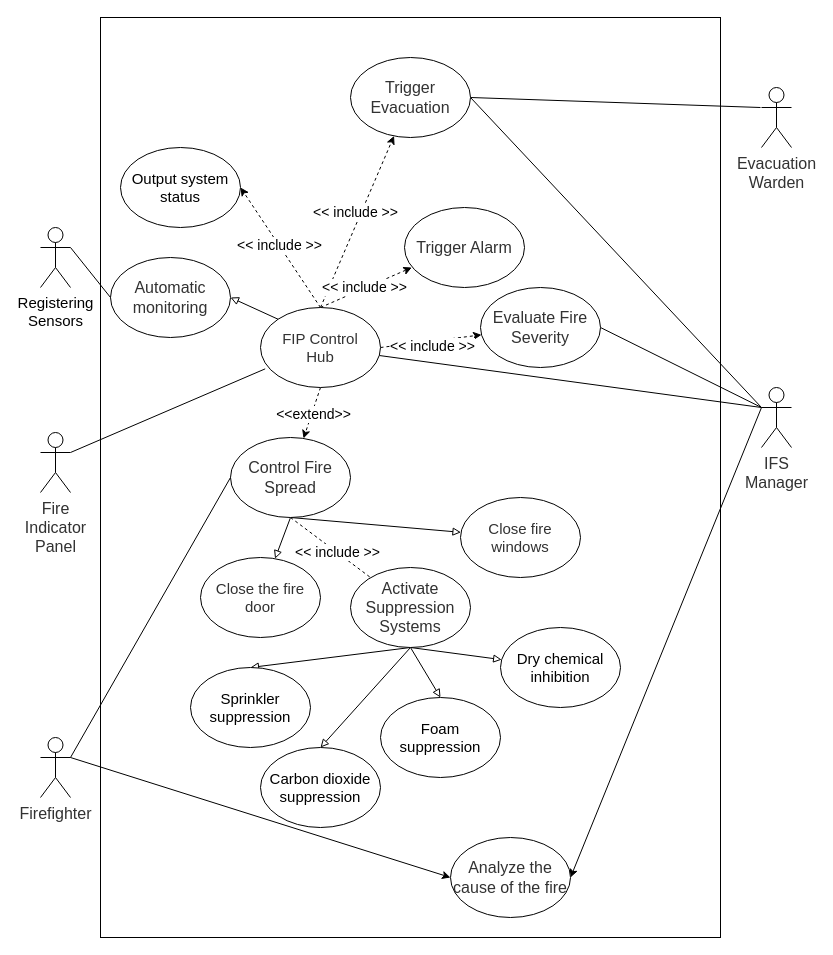
This is ass1/FIP.drawio from demosRun/INFO6030, a draw.io file, before an edit. Source tidied: cells renumbered, new cells numbered last; positions are measured from the earlier drawing's top-left corner, leaving out a move shared by most shapes. Both pictures are drawn from the tidied source at 100%, with x=0, y=0 at pixel (40, 17).
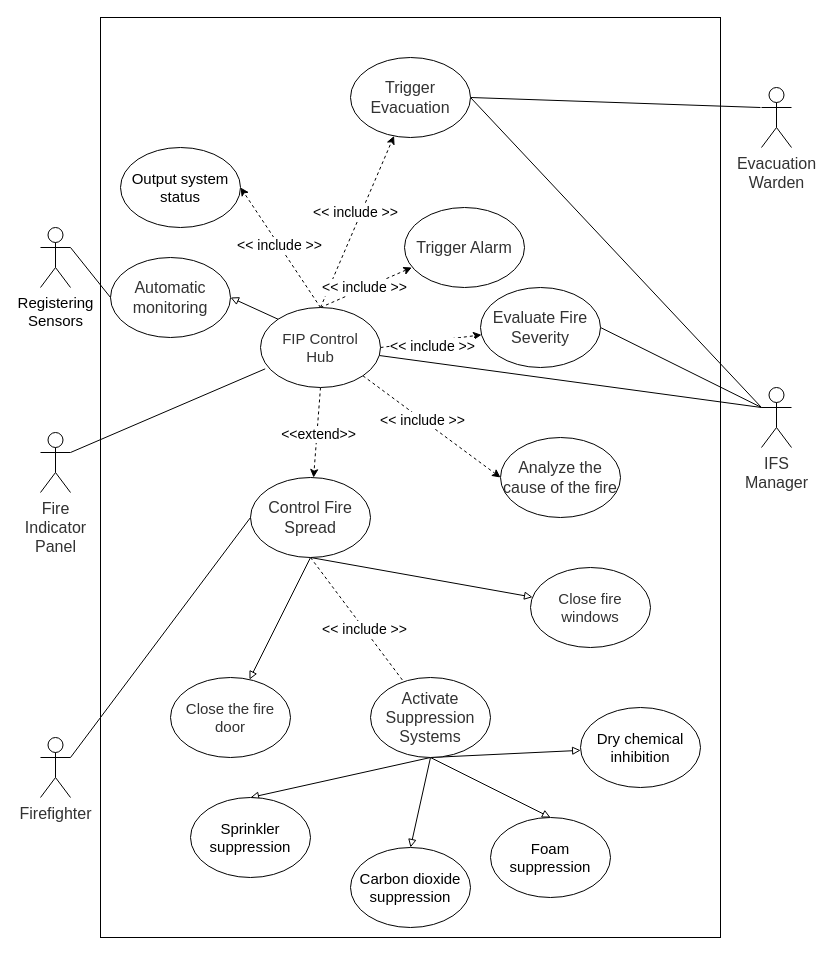
After the change.

Unchanged cells that the change refers to:
```xml
<mxCell id="6" value="&lt;span style=&quot;color: rgb(50, 50, 50); font-family: &amp;quot;Microsoft YaHei&amp;quot;, 微软雅黑, Arial; font-size: 16px; text-wrap: wrap; background-color: rgba(255, 255, 255, 0.01);&quot;&gt;Firefighter&lt;/span&gt;" style="shape=umlActor;verticalLabelPosition=bottom;verticalAlign=top;html=1;outlineConnect=0;" parent="1" vertex="1">
  <mxGeometry y="720" width="30" height="60" as="geometry" />
</mxCell>
<mxCell id="11" value="&lt;span style=&quot;color: rgb(50, 50, 50); font-family: &amp;quot;Microsoft YaHei&amp;quot;, 微软雅黑, Arial; font-size: 16px; text-wrap: wrap; background-color: rgba(255, 255, 255, 0.01);&quot;&gt;IFS Manager&lt;/span&gt;" style="shape=umlActor;verticalLabelPosition=bottom;verticalAlign=top;html=1;outlineConnect=0;" parent="1" vertex="1">
  <mxGeometry x="721" y="370" width="30" height="60" as="geometry" />
</mxCell>
<mxCell id="24" value="&lt;font face=&quot;Microsoft YaHei, 微软雅黑, Arial&quot; color=&quot;#323232&quot;&gt;&lt;span style=&quot;font-size: 15px;&quot;&gt;FIP Control&lt;/span&gt;&lt;/font&gt;&lt;div&gt;&lt;font face=&quot;Microsoft YaHei, 微软雅黑, Arial&quot; color=&quot;#323232&quot;&gt;&lt;span style=&quot;font-size: 15px;&quot;&gt;Hub&lt;/span&gt;&lt;/font&gt;&lt;br&gt;&lt;/div&gt;" style="ellipse;whiteSpace=wrap;html=1;" parent="1" vertex="1">
  <mxGeometry x="220" y="290" width="120" height="80" as="geometry" />
</mxCell>
```

What changed in the source:
```diff
@@
-    <mxCell id="5" style="rounded=0;jettySize=auto;html=1;exitX=1;exitY=0.3333333333333333;exitDx=0;exitDy=0;exitPerimeter=0;entryX=0;entryY=0.5;entryDx=0;entryDy=0;" parent="1" edge="1" source="6" target="41">
-      <mxGeometry relative="1" as="geometry" />
-    </mxCell>
@@
-    <mxCell id="9" style="rounded=0;jettySize=auto;html=1;exitX=0;exitY=0.3333333333333333;exitDx=0;exitDy=0;exitPerimeter=0;entryX=1;entryY=0.5;entryDx=0;entryDy=0;" parent="1" edge="1" source="11" target="41">
-      <mxGeometry relative="1" as="geometry" />
-    </mxCell>
@@
+    <mxCell id="51" style="rounded=0;jettySize=auto;html=1;exitX=1;exitY=1;exitDx=0;exitDy=0;entryX=0;entryY=0.5;entryDx=0;entryDy=0;dashed=1;" parent="1" edge="1" source="24" target="41">
+      <mxGeometry relative="1" as="geometry" />
+    </mxCell>
+    <mxCell id="52" value="&lt;span style=&quot;font-size: 14px;&quot;&gt;&amp;lt;&amp;lt; include &amp;gt;&amp;gt;&lt;/span&gt;" style="edgeLabel;html=1;align=center;verticalAlign=middle;" parent="51" vertex="1">
+      <mxGeometry x="-0.13" relative="1" as="geometry" />
+    </mxCell>
@@
     <mxCell id="30" value="&lt;span style=&quot;color: rgb(50, 50, 50); font-family: &amp;quot;Microsoft YaHei&amp;quot;, 微软雅黑, Arial; font-size: 16px; background-color: rgba(255, 255, 255, 0.01);&quot;&gt;Control Fire Spread&lt;/span&gt;" style="ellipse;whiteSpace=wrap;html=1;" parent="1" vertex="1">
-      <mxGeometry x="190" y="420" width="120" height="80" as="geometry" />
+      <mxGeometry x="210" y="460" width="120" height="80" as="geometry" />
     </mxCell>
@@
     <mxCell id="36" value="&lt;span style=&quot;color: rgb(50, 50, 50); font-family: &amp;quot;Microsoft YaHei&amp;quot;, 微软雅黑, Arial; font-size: 16px; background-color: rgba(255, 255, 255, 0.01);&quot;&gt;Activate Suppression Systems&lt;/span&gt;" style="ellipse;whiteSpace=wrap;html=1;" parent="1" vertex="1">
-      <mxGeometry x="310" y="550" width="120" height="80" as="geometry" />
+      <mxGeometry x="330" y="660" width="120" height="80" as="geometry" />
     </mxCell>
     <mxCell id="37" value="&lt;span style=&quot;color: rgb(50, 50, 50); font-family: &amp;quot;Microsoft YaHei&amp;quot;, 微软雅黑, Arial; font-size: 15px; background-color: rgba(255, 255, 255, 0.01);&quot;&gt;Close the fire door&lt;/span&gt;" style="ellipse;whiteSpace=wrap;html=1;" parent="1" vertex="1">
-      <mxGeometry x="160" y="540" width="120" height="80" as="geometry" />
+      <mxGeometry x="130" y="660" width="120" height="80" as="geometry" />
     </mxCell>
     <mxCell id="38" value="&lt;span style=&quot;color: rgb(50, 50, 50); font-family: &amp;quot;Microsoft YaHei&amp;quot;, 微软雅黑, Arial; font-size: 15px; background-color: rgba(255, 255, 255, 0.01);&quot;&gt;Close fire windows&lt;/span&gt;" style="ellipse;whiteSpace=wrap;html=1;" parent="1" vertex="1">
-      <mxGeometry x="420" y="480" width="120" height="80" as="geometry" />
+      <mxGeometry x="490" y="550" width="120" height="80" as="geometry" />
     </mxCell>
@@
     <mxCell id="41" value="&lt;font face=&quot;Microsoft YaHei, 微软雅黑, Arial&quot; color=&quot;#323232&quot;&gt;&lt;span style=&quot;font-size: 16px;&quot;&gt;Analyze the cause of the fire&lt;/span&gt;&lt;/font&gt;" style="ellipse;whiteSpace=wrap;html=1;" parent="1" vertex="1">
-      <mxGeometry x="410" y="820" width="120" height="80" as="geometry" />
+      <mxGeometry x="460" y="420" width="120" height="80" as="geometry" />
     </mxCell>
     <mxCell id="42" value="&lt;span style=&quot;font-size: 15px;&quot;&gt;Sprinkler suppression&lt;/span&gt;" style="ellipse;whiteSpace=wrap;html=1;" parent="1" vertex="1">
-      <mxGeometry x="150" y="650" width="120" height="80" as="geometry" />
+      <mxGeometry x="150" y="780" width="120" height="80" as="geometry" />
     </mxCell>
     <mxCell id="43" value="&lt;font style=&quot;font-size: 15px;&quot;&gt;Carbon dioxide suppression&lt;/font&gt;" style="ellipse;whiteSpace=wrap;html=1;" parent="1" vertex="1">
-      <mxGeometry x="220" y="730" width="120" height="80" as="geometry" />
+      <mxGeometry x="310" y="830" width="120" height="80" as="geometry" />
     </mxCell>
     <mxCell id="44" value="&lt;font style=&quot;font-size: 15px;&quot;&gt;Foam suppression&lt;/font&gt;" style="ellipse;whiteSpace=wrap;html=1;" parent="1" vertex="1">
-      <mxGeometry x="340" y="680" width="120" height="80" as="geometry" />
+      <mxGeometry x="450" y="800" width="120" height="80" as="geometry" />
     </mxCell>
     <mxCell id="45" value="&lt;font style=&quot;font-size: 15px;&quot;&gt;Dry chemical inhibition&lt;/font&gt;" style="ellipse;whiteSpace=wrap;html=1;" parent="1" vertex="1">
-      <mxGeometry x="460" y="610" width="120" height="80" as="geometry" />
+      <mxGeometry x="540" y="690" width="120" height="80" as="geometry" />
     </mxCell>
```
